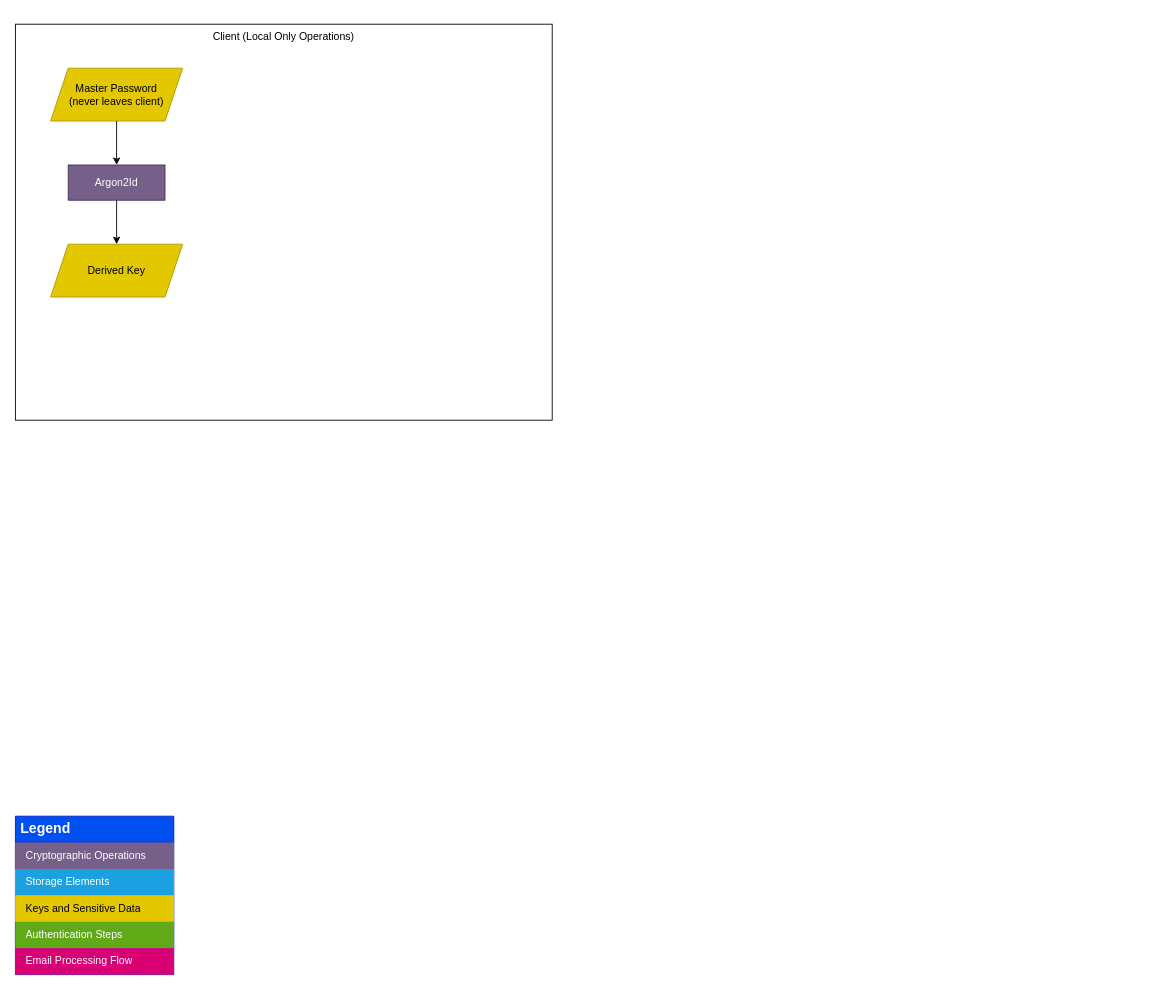
Earlier version of the draw.io diagram docs/diagrams/aliasvault-security-architecture.drawio (lanedirt/AliasVault). Source tidied: cells renumbered, new cells numbered last; positions are measured from the earlier drawing's top-left corner, leaving out a move shared by most shapes. Both pictures are drawn from the tidied source at 88%, with x=0, y=0 at pixel (15, 24).
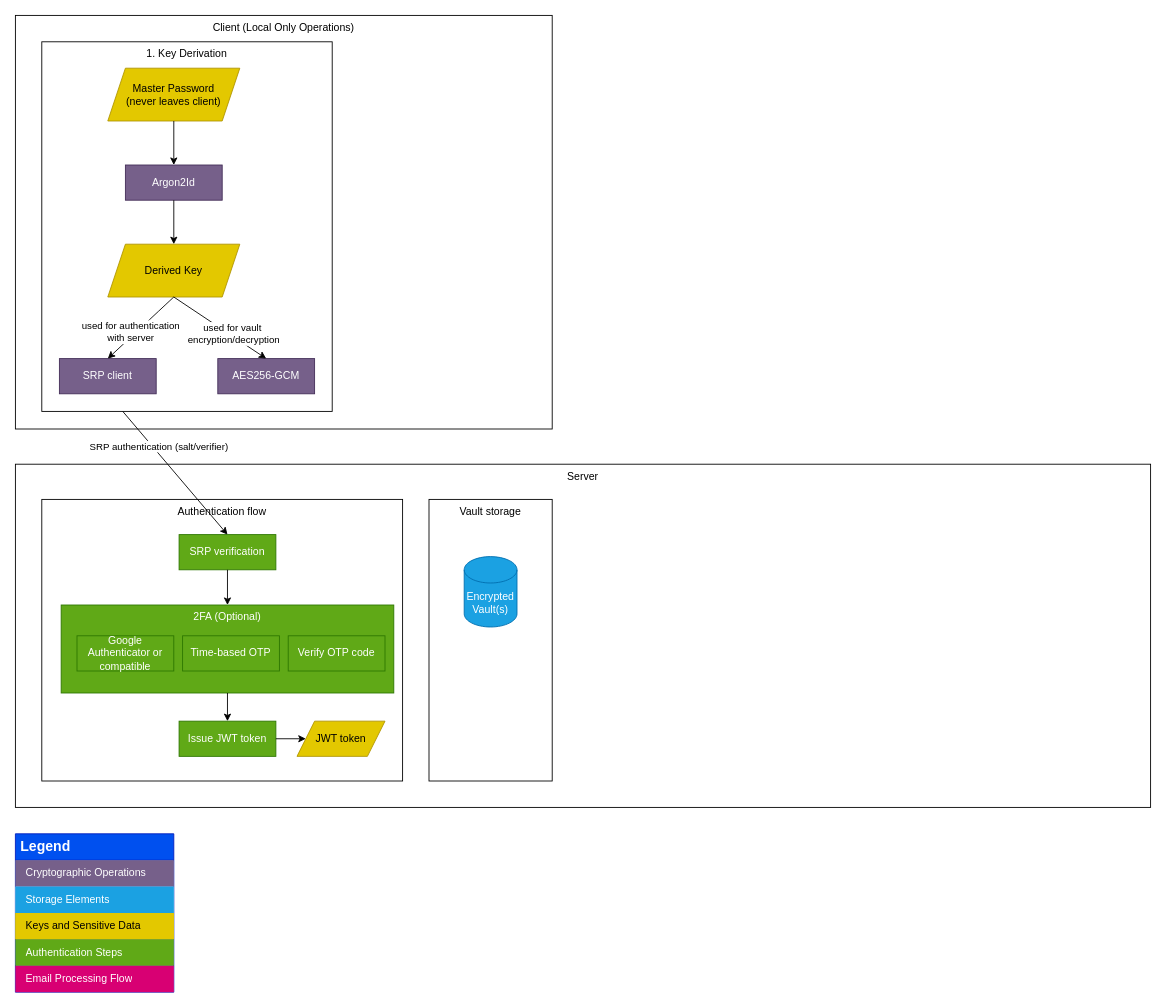
Above is the later version.

Commit message (it also covers changes not shown here):
Update security architecture diagram (#341)

Diff of the diagram source:
```diff
@@
+    <mxCell id="13" value="Client (Local Only Operations)" style="rounded=0;whiteSpace=wrap;html=1;verticalAlign=top;" parent="1" vertex="1">
+      <mxGeometry y="-10" width="610" height="470" as="geometry" />
+    </mxCell>
     <mxCell id="2" value="Legend" style="shape=table;startSize=30;childLayout=tableLayout;fontSize=16;align=left;verticalAlign=top;fillColor=#0050ef;strokeColor=#001DBC;fontColor=#ffffff;fontStyle=1;spacingLeft=6;spacing=0;" parent="1" vertex="1">
-      <mxGeometry y="900" width="180" height="180" as="geometry" />
+      <mxGeometry y="920" width="180" height="180" as="geometry" />
     </mxCell>
@@
-    <mxCell id="13" value="Client (Local Only Operations)" style="rounded=0;whiteSpace=wrap;html=1;verticalAlign=top;" parent="1" vertex="1">
-      <mxGeometry width="610" height="450" as="geometry" />
-    </mxCell>
+    <mxCell id="19" value="Server" style="rounded=0;whiteSpace=wrap;html=1;verticalAlign=top;" parent="1" vertex="1">
+      <mxGeometry y="500" width="1290" height="390" as="geometry" />
+    </mxCell>
+    <mxCell id="20" style="group;" parent="1" vertex="1">
+      <mxGeometry x="30" y="540" width="410" height="320" as="geometry" />
+    </mxCell>
+    <mxCell id="21" value="Authentication flow" style="rounded=0;whiteSpace=wrap;html=1;verticalAlign=top;" parent="20" vertex="1">
+      <mxGeometry width="410" height="320" as="geometry" />
+    </mxCell>
+    <mxCell id="22" value="SRP verification" style="text;html=1;align=center;verticalAlign=middle;whiteSpace=wrap;rounded=0;fillColor=#60a917;strokeColor=#2D7600;fontColor=#ffffff;" parent="20" vertex="1">
+      <mxGeometry x="156" y="40" width="110" height="40" as="geometry" />
+    </mxCell>
+    <mxCell id="23" value="2FA (Optional)" style="text;html=1;align=center;verticalAlign=top;whiteSpace=wrap;rounded=0;fillColor=#60a917;strokeColor=#2D7600;fontColor=#ffffff;" parent="20" vertex="1">
+      <mxGeometry x="22" y="120" width="378" height="100" as="geometry" />
+    </mxCell>
+    <mxCell id="24" value="Google Authenticator or compatible" style="text;html=1;align=center;verticalAlign=middle;whiteSpace=wrap;rounded=0;fillColor=#60a917;strokeColor=#2D7600;fontColor=#ffffff;" parent="20" vertex="1">
+      <mxGeometry x="40" y="155" width="110" height="40" as="geometry" />
+    </mxCell>
+    <mxCell id="25" value="Time-based OTP" style="text;html=1;align=center;verticalAlign=middle;whiteSpace=wrap;rounded=0;fillColor=#60a917;strokeColor=#2D7600;fontColor=#ffffff;" parent="20" vertex="1">
+      <mxGeometry x="160" y="155" width="110" height="40" as="geometry" />
+    </mxCell>
+    <mxCell id="26" value="Verify OTP code" style="text;html=1;align=center;verticalAlign=middle;whiteSpace=wrap;rounded=0;fillColor=#60a917;strokeColor=#2D7600;fontColor=#ffffff;" parent="20" vertex="1">
+      <mxGeometry x="280" y="155" width="110" height="40" as="geometry" />
+    </mxCell>
+    <mxCell id="27" value="Issue JWT token" style="text;html=1;align=center;verticalAlign=middle;whiteSpace=wrap;rounded=0;fillColor=#60a917;strokeColor=#2D7600;fontColor=#ffffff;" parent="20" vertex="1">
+      <mxGeometry x="156" y="252" width="110" height="40" as="geometry" />
+    </mxCell>
+    <mxCell id="28" style="endArrow=classic;html=1;rounded=0;entryX=0.5;entryY=0;entryDx=0;entryDy=0;exitX=0.5;exitY=1;exitDx=0;exitDy=0;" parent="20" edge="1" source="22" target="23">
+      <mxGeometry relative="1" as="geometry" />
+    </mxCell>
+    <mxCell id="29" style="endArrow=classic;html=1;rounded=0;entryX=0.5;entryY=0;entryDx=0;entryDy=0;exitX=0.5;exitY=1;exitDx=0;exitDy=0;" parent="20" edge="1" source="23" target="27">
+      <mxGeometry relative="1" as="geometry" />
+    </mxCell>
+    <mxCell id="30" value="JWT token" style="shape=parallelogram;perimeter=parallelogramPerimeter;whiteSpace=wrap;html=1;fixedSize=1;fillColor=#e3c800;fontColor=#000000;strokeColor=#B09500;" parent="20" vertex="1">
+      <mxGeometry x="290" y="252" width="100" height="40" as="geometry" />
+    </mxCell>
+    <mxCell id="31" style="endArrow=classic;html=1;rounded=0;entryX=0;entryY=0.5;entryDx=0;entryDy=0;exitX=1;exitY=0.5;exitDx=0;exitDy=0;" parent="20" edge="1" source="27" target="30">
+      <mxGeometry relative="1" as="geometry" />
+    </mxCell>
+    <mxCell id="32" style="endArrow=classic;html=1;rounded=0;entryX=0.5;entryY=0;entryDx=0;entryDy=0;exitX=0.5;exitY=1;exitDx=0;exitDy=0;" parent="1" edge="1" source="39" target="22">
+      <mxGeometry relative="1" as="geometry" />
+    </mxCell>
+    <mxCell id="33" value="SRP authentication (salt/verifier)" style="edgeLabel;html=1;align=center;verticalAlign=middle;" parent="32" vertex="1">
+      <mxGeometry x="-0.17" y="1" relative="1" as="geometry">
+        <mxPoint y="-6" as="offset" />
+      </mxGeometry>
+    </mxCell>
+    <mxCell id="34" style="group;" parent="1" vertex="1">
+      <mxGeometry x="470" y="540" width="140" height="320" as="geometry" />
+    </mxCell>
+    <mxCell id="35" value="Vault storage" style="rounded=0;whiteSpace=wrap;html=1;verticalAlign=top;" parent="34" vertex="1">
+      <mxGeometry width="140" height="320" as="geometry" />
+    </mxCell>
+    <mxCell id="36" value="Encrypted Vault(s)" style="shape=cylinder3;whiteSpace=wrap;html=1;boundedLbl=1;backgroundOutline=1;size=15;fillColor=#1ba1e2;fontColor=#ffffff;strokeColor=#006EAF;" parent="34" vertex="1">
+      <mxGeometry x="40" y="65" width="60" height="80" as="geometry" />
+    </mxCell>
+    <mxCell id="37" style="group;" parent="1" vertex="1">
+      <mxGeometry x="30" y="20" width="330" height="420" as="geometry" />
+    </mxCell>
+    <mxCell id="38" value="1. Key Derivation" style="rounded=0;whiteSpace=wrap;html=1;verticalAlign=top;" parent="37" vertex="1">
+      <mxGeometry width="330" height="420" as="geometry" />
+    </mxCell>
-    <mxCell id="14" value="Master Password &lt;br&gt;(never leaves client)" style="shape=parallelogram;perimeter=parallelogramPerimeter;whiteSpace=wrap;html=1;fixedSize=1;fillColor=#e3c800;fontColor=#000000;strokeColor=#B09500;" parent="1" vertex="1">
-      <mxGeometry x="40" y="50" width="150" height="60" as="geometry" />
+    <mxCell id="14" value="Master Password &lt;br&gt;(never leaves client)" style="shape=parallelogram;perimeter=parallelogramPerimeter;whiteSpace=wrap;html=1;fixedSize=1;fillColor=#e3c800;fontColor=#000000;strokeColor=#B09500;" parent="37" vertex="1">
+      <mxGeometry x="75" y="30" width="150" height="60" as="geometry" />
     </mxCell>
-    <mxCell id="15" value="Argon2Id" style="text;html=1;align=center;verticalAlign=middle;whiteSpace=wrap;rounded=0;fillColor=#76608a;fontColor=#ffffff;strokeColor=#432D57;" parent="1" vertex="1">
-      <mxGeometry x="60" y="160" width="110" height="40" as="geometry" />
+    <mxCell id="15" value="Argon2Id" style="text;html=1;align=center;verticalAlign=middle;whiteSpace=wrap;rounded=0;fillColor=#76608a;fontColor=#ffffff;strokeColor=#432D57;" parent="37" vertex="1">
+      <mxGeometry x="95" y="140" width="110" height="40" as="geometry" />
     </mxCell>
-    <mxCell id="16" style="endArrow=classic;html=1;rounded=0;exitX=0.5;exitY=1;exitDx=0;exitDy=0;" parent="1" edge="1" source="14" target="15">
+    <mxCell id="16" style="endArrow=classic;html=1;rounded=0;exitX=0.5;exitY=1;exitDx=0;exitDy=0;" parent="37" edge="1" source="14" target="15">
       <mxGeometry relative="1" as="geometry" />
     </mxCell>
-    <mxCell id="17" value="Derived Key" style="shape=parallelogram;perimeter=parallelogramPerimeter;whiteSpace=wrap;html=1;fixedSize=1;fillColor=#e3c800;fontColor=#000000;strokeColor=#B09500;" parent="1" vertex="1">
-      <mxGeometry x="40" y="250" width="150" height="60" as="geometry" />
+    <mxCell id="17" value="Derived Key" style="shape=parallelogram;perimeter=parallelogramPerimeter;whiteSpace=wrap;html=1;fixedSize=1;fillColor=#e3c800;fontColor=#000000;strokeColor=#B09500;" parent="37" vertex="1">
+      <mxGeometry x="75" y="230" width="150" height="60" as="geometry" />
     </mxCell>
-    <mxCell id="18" style="endArrow=classic;html=1;rounded=0;exitX=0.5;exitY=1;exitDx=0;exitDy=0;entryX=0.5;entryY=0;entryDx=0;entryDy=0;" parent="1" edge="1" source="15" target="17">
+    <mxCell id="18" style="endArrow=classic;html=1;rounded=0;exitX=0.5;exitY=1;exitDx=0;exitDy=0;entryX=0.5;entryY=0;entryDx=0;entryDy=0;" parent="37" edge="1" source="15" target="17">
       <mxGeometry relative="1" as="geometry" />
     </mxCell>
+    <mxCell id="39" value="SRP client" style="text;html=1;align=center;verticalAlign=middle;whiteSpace=wrap;rounded=0;fillColor=#76608a;fontColor=#ffffff;strokeColor=#432D57;" parent="37" vertex="1">
+      <mxGeometry x="20" y="360" width="110" height="40" as="geometry" />
+    </mxCell>
+    <mxCell id="40" value="AES256-GCM" style="text;html=1;align=center;verticalAlign=middle;whiteSpace=wrap;rounded=0;fillColor=#76608a;fontColor=#ffffff;strokeColor=#432D57;" parent="37" vertex="1">
+      <mxGeometry x="200" y="360" width="110" height="40" as="geometry" />
+    </mxCell>
+    <mxCell id="41" style="endArrow=classic;html=1;rounded=0;exitX=0.5;exitY=1;exitDx=0;exitDy=0;entryX=0.5;entryY=0;entryDx=0;entryDy=0;curved=1;" parent="37" edge="1" source="17" target="39">
+      <mxGeometry relative="1" as="geometry" />
+    </mxCell>
+    <mxCell id="42" value="used for authentication&lt;br&gt;with server" style="edgeLabel;html=1;align=center;verticalAlign=middle;" parent="41" vertex="1">
+      <mxGeometry x="-0.18" y="2" relative="1" as="geometry">
+        <mxPoint x="-20" y="9" as="offset" />
+      </mxGeometry>
+    </mxCell>
+    <mxCell id="43" style="endArrow=none;html=1;rounded=0;entryX=0.5;entryY=1;entryDx=0;entryDy=0;exitX=0.5;exitY=0;exitDx=0;exitDy=0;startArrow=classic;startFill=1;endFill=0;" parent="37" edge="1" source="40" target="17">
+      <mxGeometry relative="1" as="geometry" />
+    </mxCell>
+    <mxCell id="44" value="used for vault&amp;nbsp;&lt;div&gt;encryption/decryption&lt;/div&gt;" style="edgeLabel;html=1;align=center;verticalAlign=middle;" parent="43" vertex="1">
+      <mxGeometry x="-0.25" y="-3" relative="1" as="geometry" />
+    </mxCell>
```
